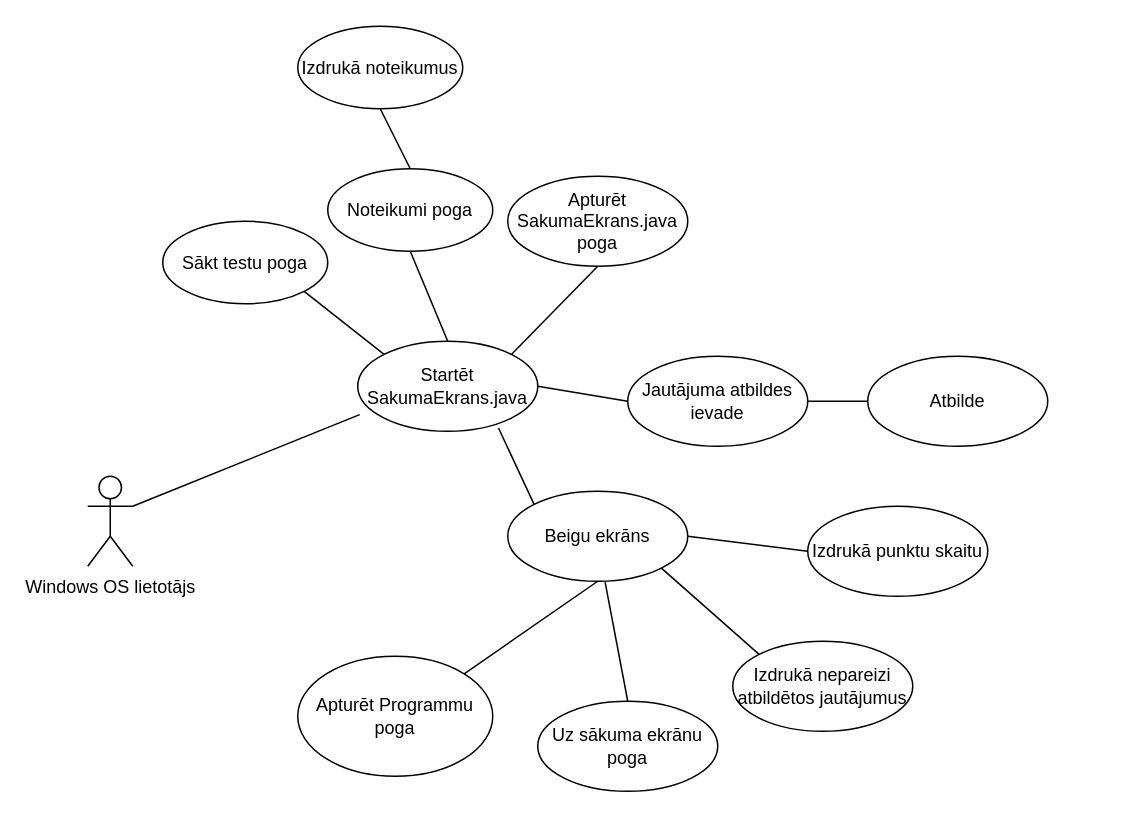
The draw.io diagram UML diagrammas/UseCase_Eksamens.drawio in rendijsb/Berkis_Eksamens, before the edit. Source tidied: cells renumbered, new cells numbered last; positions are measured from the earlier drawing's top-left corner, leaving out a move shared by most shapes. Both pictures are drawn from the tidied source at 150%, with x=0, y=0 at pixel (87, 26).
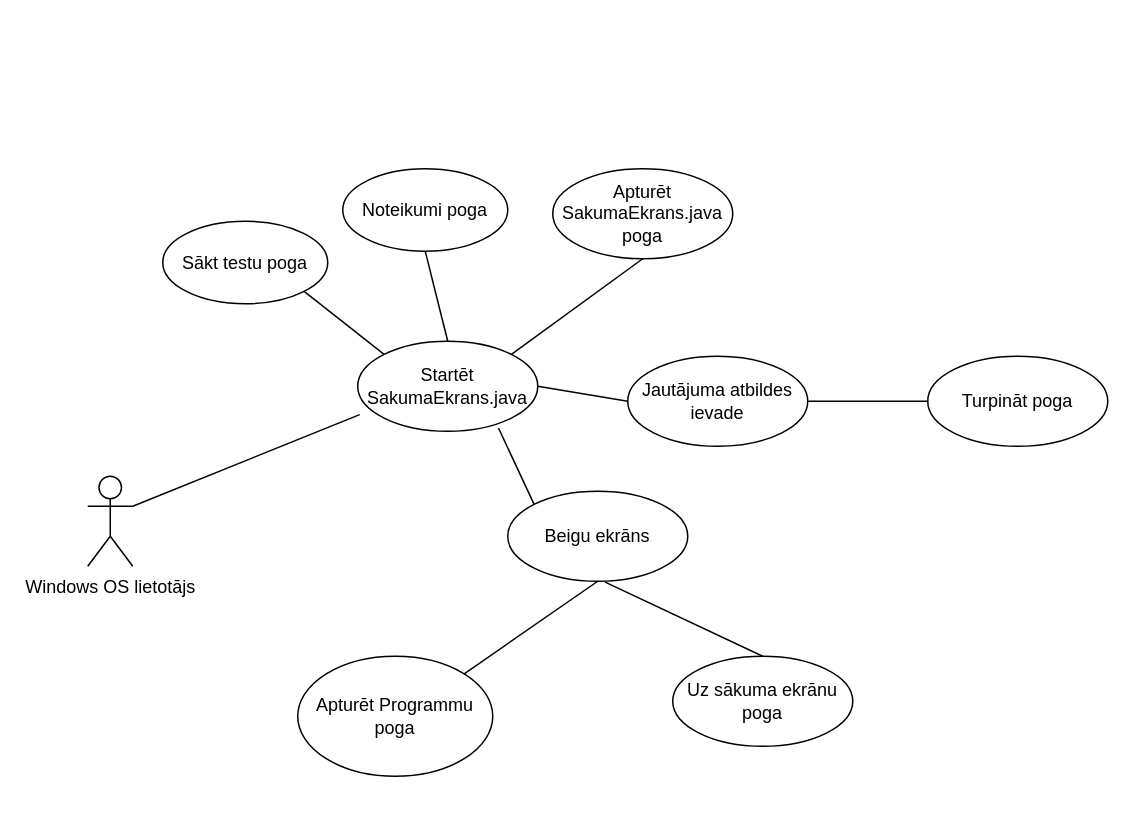
The same page after the edit.

The change refers to these unchanged cells:
```xml
<mxCell id="14" value="Jautājuma atbildes ievade" style="ellipse;whiteSpace=wrap;html=1;" parent="1" vertex="1">
  <mxGeometry x="360" y="220" width="120" height="60" as="geometry" />
</mxCell>
<mxCell id="18" value="Beigu ekrāns" style="ellipse;whiteSpace=wrap;html=1;" parent="1" vertex="1">
  <mxGeometry x="280" y="310" width="120" height="60" as="geometry" />
</mxCell>
```

Diff of the diagram source:
```diff
@@
     <mxCell id="6" value="Apturēt SakumaEkrans.java&lt;br&gt;poga" style="ellipse;whiteSpace=wrap;html=1;" parent="1" vertex="1">
-      <mxGeometry x="280" y="100" width="120" height="60" as="geometry" />
+      <mxGeometry x="310" y="95" width="120" height="60" as="geometry" />
     </mxCell>
     <mxCell id="7" value="Noteikumi poga" style="ellipse;whiteSpace=wrap;html=1;" parent="1" vertex="1">
-      <mxGeometry x="160" y="95" width="110" height="55" as="geometry" />
+      <mxGeometry x="170" y="95" width="110" height="55" as="geometry" />
     </mxCell>
@@
-    <mxCell id="9" value="Izdrukā noteikumus" style="ellipse;whiteSpace=wrap;html=1;" parent="1" vertex="1">
-      <mxGeometry x="140" width="110" height="55" as="geometry" />
-    </mxCell>
@@
-    <mxCell id="13" style="endArrow=none;html=1;rounded=0;entryX=0.5;entryY=1;entryDx=0;entryDy=0;exitX=0.5;exitY=0;exitDx=0;exitDy=0;" parent="1" edge="1" source="7" target="9">
-      <mxGeometry relative="1" as="geometry" />
-    </mxCell>
@@
-    <mxCell id="15" value="Atbilde" style="ellipse;whiteSpace=wrap;html=1;" parent="1" vertex="1">
-      <mxGeometry x="520" y="220" width="120" height="60" as="geometry" />
-    </mxCell>
@@
-    <mxCell id="17" style="endArrow=none;html=1;rounded=0;entryX=0;entryY=0.5;entryDx=0;entryDy=0;exitX=1;exitY=0.5;exitDx=0;exitDy=0;" parent="1" edge="1" source="14" target="15">
-      <mxGeometry relative="1" as="geometry" />
-    </mxCell>
@@
-    <mxCell id="20" value="Izdrukā punktu skaitu" style="ellipse;whiteSpace=wrap;html=1;" parent="1" vertex="1">
-      <mxGeometry x="480" y="320" width="120" height="60" as="geometry" />
-    </mxCell>
-    <mxCell id="21" value="Izdrukā nepareizi atbildētos jautājumus" style="ellipse;whiteSpace=wrap;html=1;" parent="1" vertex="1">
-      <mxGeometry x="430" y="410" width="120" height="60" as="geometry" />
-    </mxCell>
     <mxCell id="22" value="Uz sākuma ekrānu poga" style="ellipse;whiteSpace=wrap;html=1;" parent="1" vertex="1">
-      <mxGeometry x="300" y="450" width="120" height="60" as="geometry" />
+      <mxGeometry x="390" y="420" width="120" height="60" as="geometry" />
     </mxCell>
@@
-    <mxCell id="25" style="endArrow=none;html=1;rounded=0;entryX=0;entryY=0;entryDx=0;entryDy=0;exitX=1;exitY=1;exitDx=0;exitDy=0;" parent="1" edge="1" source="18" target="21">
-      <mxGeometry relative="1" as="geometry" />
-    </mxCell>
-    <mxCell id="26" style="endArrow=none;html=1;rounded=0;entryX=0;entryY=0.5;entryDx=0;entryDy=0;exitX=1;exitY=0.5;exitDx=0;exitDy=0;" parent="1" edge="1" source="18" target="20">
-      <mxGeometry relative="1" as="geometry" />
-    </mxCell>
+    <mxCell id="27" value="Turpināt poga" style="ellipse;whiteSpace=wrap;html=1;" parent="1" vertex="1">
+      <mxGeometry x="560" y="220" width="120" height="60" as="geometry" />
+    </mxCell>
+    <mxCell id="28" style="endArrow=none;html=1;rounded=0;entryX=0;entryY=0.5;entryDx=0;entryDy=0;exitX=1;exitY=0.5;exitDx=0;exitDy=0;" parent="1" edge="1" source="14" target="27">
+      <mxGeometry relative="1" as="geometry" />
+    </mxCell>
```
